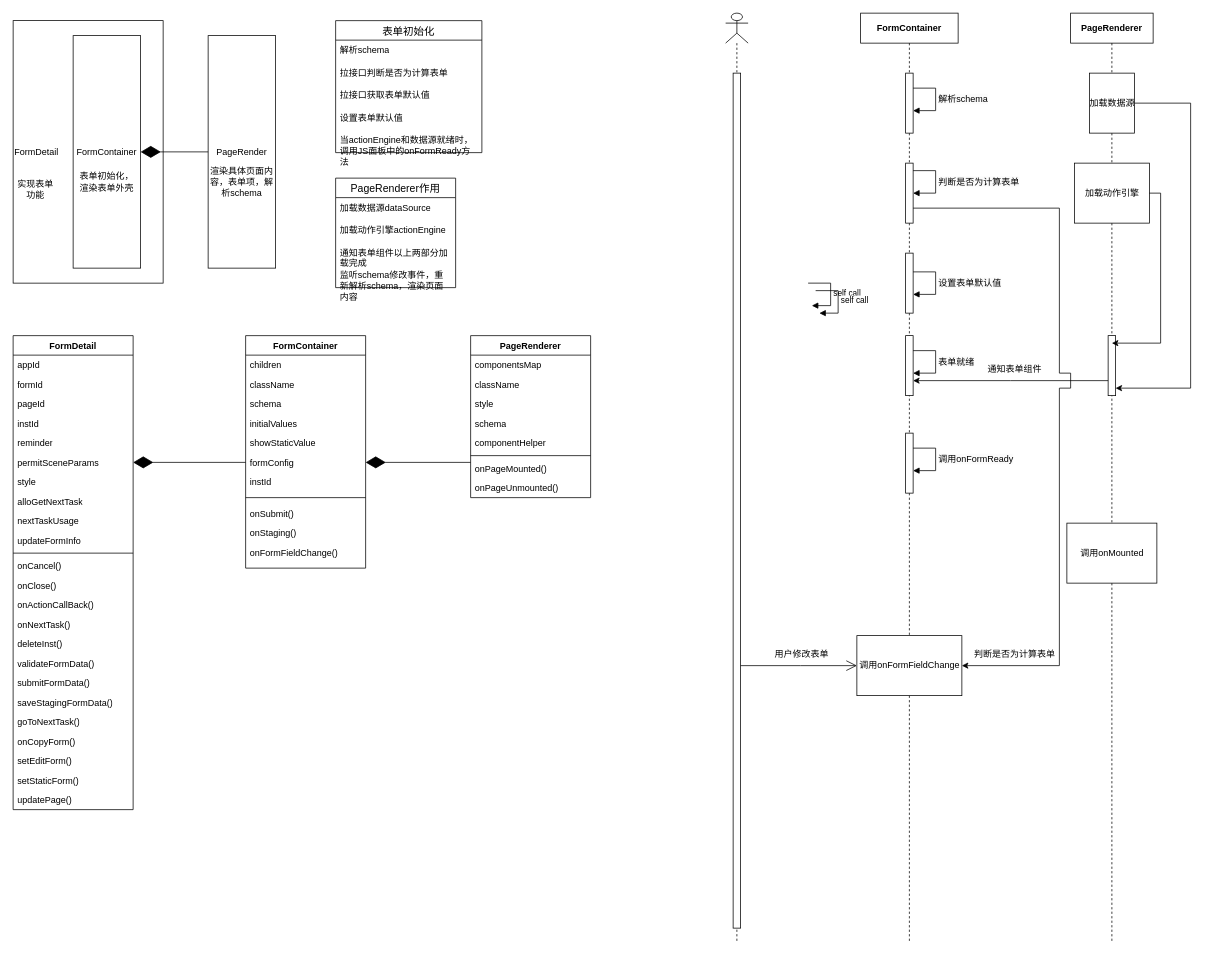
Before: 包含关系图 的副本.drawio in FoxJokerEila/-, a draw.io diagram. Source tidied: cells renumbered, new cells numbered last; positions are measured from the earlier drawing's top-left corner, leaving out a move shared by most shapes. Both pictures are drawn from the tidied source at 75%, with x=0, y=0 at pixel (13, 13).
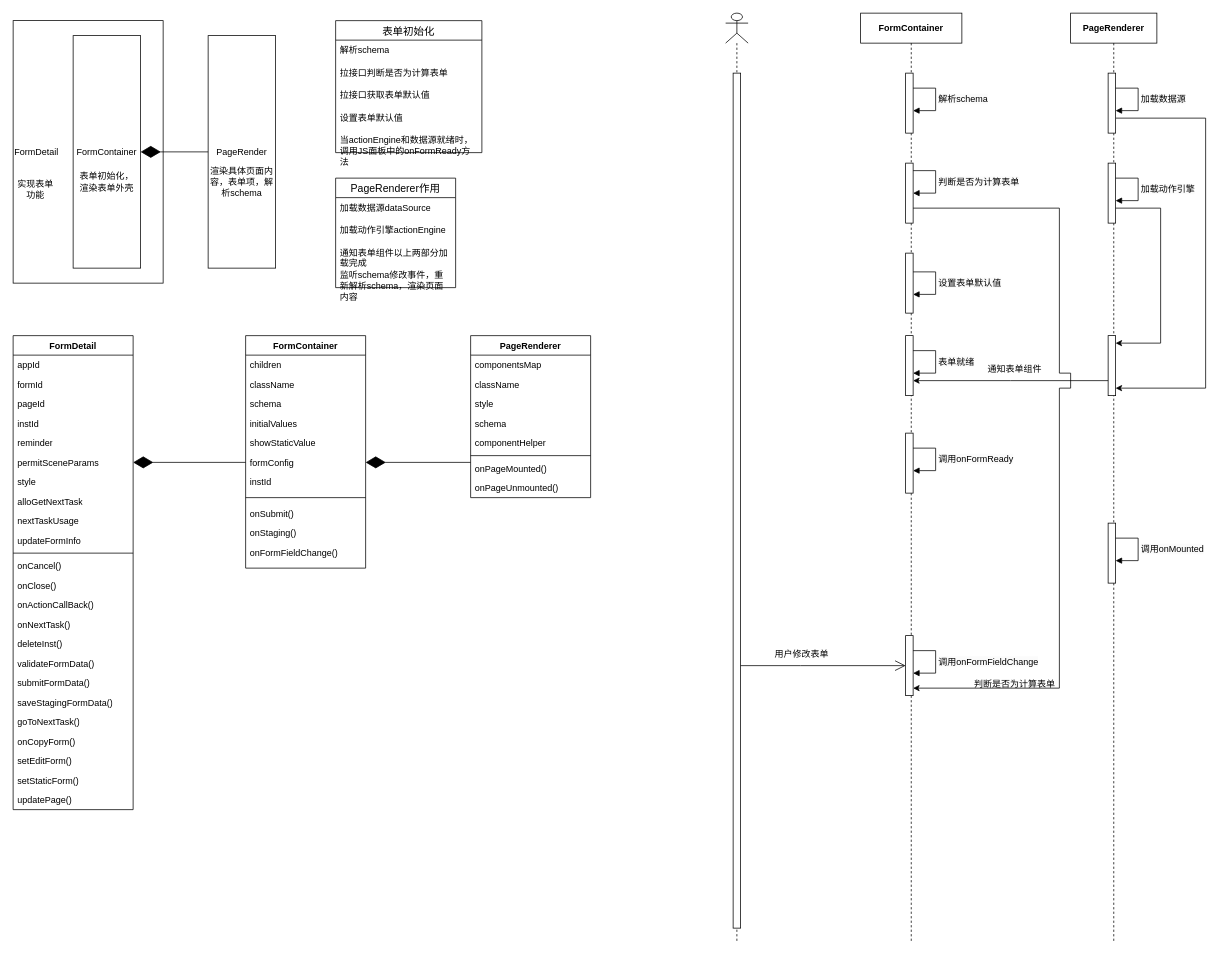
The same page after the edit.

Commit message:
更新包含关系图 的副本.drawio

The change refers to these unchanged cells:
```xml
<mxCell id="70" style="html=1;points=[[0,0,0,0,5],[0,1,0,0,-5],[1,0,0,0,5],[1,1,0,0,-5]];perimeter=orthogonalPerimeter;outlineConnect=0;targetShapes=umlLifeline;portConstraint=eastwest;newEdgeStyle={&quot;curved&quot;:0,&quot;rounded&quot;:0};" parent="68" vertex="1">
  <mxGeometry x="60" y="200" width="10" height="80" as="geometry" />
</mxCell>
<mxCell id="80" style="html=1;points=[[0,0,0,0,5],[0,1,0,0,-5],[1,0,0,0,5],[1,1,0,0,-5]];perimeter=orthogonalPerimeter;outlineConnect=0;targetShapes=umlLifeline;portConstraint=eastwest;newEdgeStyle={&quot;curved&quot;:0,&quot;rounded&quot;:0};" parent="76" vertex="1">
  <mxGeometry x="50" y="430" width="10" height="80" as="geometry" />
</mxCell>
```

The edit, as a diff of the source:
```diff
@@
     <mxCell id="68" value="&lt;span style=&quot;font-weight: 700; text-wrap: nowrap;&quot;&gt;FormContainer&lt;/span&gt;" style="shape=umlLifeline;perimeter=lifelinePerimeter;whiteSpace=wrap;html=1;newEdgeStyle={&quot;curved&quot;:0,&quot;rounded&quot;:0};" parent="1" vertex="1">
-      <mxGeometry x="1130" width="130" height="1240" as="geometry" />
+      <mxGeometry x="1130" width="135" height="1240" as="geometry" />
     </mxCell>
@@
-    <mxCell id="74" value="调用onFormFieldChange" style="html=1;points=[[0,0,0,0,5],[0,1,0,0,-5],[1,0,0,0,5],[1,1,0,0,-5]];perimeter=orthogonalPerimeter;outlineConnect=0;targetShapes=umlLifeline;portConstraint=eastwest;newEdgeStyle={&quot;curved&quot;:0,&quot;rounded&quot;:0};" parent="68" vertex="1">
-      <mxGeometry x="-5" y="830" width="140" height="80" as="geometry" />
+    <mxCell id="74" style="html=1;points=[[0,0,0,0,5],[0,1,0,0,-5],[1,0,0,0,5],[1,1,0,0,-5]];perimeter=orthogonalPerimeter;outlineConnect=0;targetShapes=umlLifeline;portConstraint=eastwest;newEdgeStyle={&quot;curved&quot;:0,&quot;rounded&quot;:0};" parent="68" vertex="1">
+      <mxGeometry x="60" y="830" width="10" height="80" as="geometry" />
     </mxCell>
     <mxCell id="75" style="edgeStyle=orthogonalEdgeStyle;rounded=0;jettySize=auto;html=1;curved=0;" parent="68" edge="1" source="70" target="74">
       <mxGeometry relative="1" as="geometry">
         <Array as="points">
           <mxPoint x="265" y="260" />
           <mxPoint x="265" y="480" />
           <mxPoint x="280" y="480" />
           <mxPoint x="280" y="500" />
           <mxPoint x="265" y="500" />
-          <mxPoint x="265" y="870" />
+          <mxPoint x="265" y="900" />
         </Array>
       </mxGeometry>
     </mxCell>
     <mxCell id="76" value="&lt;span style=&quot;font-weight: 700;&quot;&gt;PageRenderer&lt;/span&gt;" style="shape=umlLifeline;perimeter=lifelinePerimeter;whiteSpace=wrap;html=1;newEdgeStyle={&quot;curved&quot;:0,&quot;rounded&quot;:0};" parent="1" vertex="1">
-      <mxGeometry x="1410" width="110" height="1240" as="geometry" />
+      <mxGeometry x="1410" width="115" height="1240" as="geometry" />
     </mxCell>
     <mxCell id="77" style="edgeStyle=orthogonalEdgeStyle;rounded=0;jettySize=auto;html=1;curved=0;" parent="76" edge="1" source="78" target="80">
       <mxGeometry relative="1" as="geometry">
         <Array as="points">
-          <mxPoint x="160" y="120" />
-          <mxPoint x="160" y="500" />
+          <mxPoint x="180" y="140" />
+          <mxPoint x="180" y="500" />
         </Array>
       </mxGeometry>
     </mxCell>
-    <mxCell id="78" value="加载数据源" style="html=1;points=[[0,0,0,0,5],[0,1,0,0,-5],[1,0,0,0,5],[1,1,0,0,-5]];perimeter=orthogonalPerimeter;outlineConnect=0;targetShapes=umlLifeline;portConstraint=eastwest;newEdgeStyle={&quot;curved&quot;:0,&quot;rounded&quot;:0};" parent="76" vertex="1">
-      <mxGeometry x="25" y="80" width="60" height="80" as="geometry" />
+    <mxCell id="78" style="html=1;points=[[0,0,0,0,5],[0,1,0,0,-5],[1,0,0,0,5],[1,1,0,0,-5]];perimeter=orthogonalPerimeter;outlineConnect=0;targetShapes=umlLifeline;portConstraint=eastwest;newEdgeStyle={&quot;curved&quot;:0,&quot;rounded&quot;:0};" parent="76" vertex="1">
+      <mxGeometry x="50" y="80" width="10" height="80" as="geometry" />
     </mxCell>
-    <mxCell id="79" value="加载动作引擎" style="html=1;points=[[0,0,0,0,5],[0,1,0,0,-5],[1,0,0,0,5],[1,1,0,0,-5]];perimeter=orthogonalPerimeter;outlineConnect=0;targetShapes=umlLifeline;portConstraint=eastwest;newEdgeStyle={&quot;curved&quot;:0,&quot;rounded&quot;:0};" parent="76" vertex="1">
-      <mxGeometry x="5" y="200" width="100" height="80" as="geometry" />
+    <mxCell id="79" style="html=1;points=[[0,0,0,0,5],[0,1,0,0,-5],[1,0,0,0,5],[1,1,0,0,-5]];perimeter=orthogonalPerimeter;outlineConnect=0;targetShapes=umlLifeline;portConstraint=eastwest;newEdgeStyle={&quot;curved&quot;:0,&quot;rounded&quot;:0};" parent="76" vertex="1">
+      <mxGeometry x="50" y="200" width="10" height="80" as="geometry" />
     </mxCell>
@@
     <mxCell id="81" style="edgeStyle=orthogonalEdgeStyle;rounded=0;jettySize=auto;html=1;curved=0;" parent="76" edge="1" source="79">
       <mxGeometry relative="1" as="geometry">
-        <mxPoint x="55" y="440" as="targetPoint" />
+        <mxPoint x="60" y="440" as="targetPoint" />
         <Array as="points">
-          <mxPoint x="120" y="240" />
+          <mxPoint x="120" y="260" />
           <mxPoint x="120" y="440" />
-          <mxPoint x="55" y="440" />
         </Array>
       </mxGeometry>
     </mxCell>
-    <mxCell id="82" value="调用onMounted" style="html=1;points=[[0,0,0,0,5],[0,1,0,0,-5],[1,0,0,0,5],[1,1,0,0,-5]];perimeter=orthogonalPerimeter;outlineConnect=0;targetShapes=umlLifeline;portConstraint=eastwest;newEdgeStyle={&quot;curved&quot;:0,&quot;rounded&quot;:0};" parent="76" vertex="1">
-      <mxGeometry x="-5" y="680" width="120" height="80" as="geometry" />
+    <mxCell id="82" style="html=1;points=[[0,0,0,0,5],[0,1,0,0,-5],[1,0,0,0,5],[1,1,0,0,-5]];perimeter=orthogonalPerimeter;outlineConnect=0;targetShapes=umlLifeline;portConstraint=eastwest;newEdgeStyle={&quot;curved&quot;:0,&quot;rounded&quot;:0};" parent="76" vertex="1">
+      <mxGeometry x="50" y="680" width="10" height="80" as="geometry" />
     </mxCell>
@@
     <mxCell id="90" value="判断是否为计算表单" style="text;html=1;align=center;verticalAlign=middle;strokeColor=none;fillColor=none;" parent="1" vertex="1">
-      <mxGeometry x="1270" y="840" width="130" height="30" as="geometry" />
+      <mxGeometry x="1270" y="880" width="130" height="30" as="geometry" />
     </mxCell>
@@
-    <mxCell id="94" value="self call" style="html=1;align=left;spacingLeft=2;endArrow=block;rounded=0;edgeStyle=orthogonalEdgeStyle;curved=0;rounded=0;" parent="1" edge="1">
+    <mxCell id="94" value="&lt;span style=&quot;font-size: 12px; text-align: center; background-color: rgb(251, 251, 251);&quot;&gt;加载数据源&lt;/span&gt;" style="html=1;align=left;spacingLeft=2;endArrow=block;rounded=0;edgeStyle=orthogonalEdgeStyle;curved=0;rounded=0;" parent="1" edge="1" target="78">
       <mxGeometry relative="1" as="geometry">
-        <mxPoint x="1060" y="360" as="sourcePoint" />
-        <mxPoint x="1065" y="390" as="targetPoint" />
+        <mxPoint x="1470" y="100" as="sourcePoint" />
         <Array as="points">
-          <mxPoint x="1090" y="390" />
+          <mxPoint x="1500" y="100" />
+          <mxPoint x="1500" y="130" />
         </Array>
       </mxGeometry>
     </mxCell>
-    <mxCell id="95" value="self call" style="html=1;align=left;spacingLeft=2;endArrow=block;rounded=0;edgeStyle=orthogonalEdgeStyle;curved=0;rounded=0;" parent="1" edge="1">
+    <mxCell id="95" value="&lt;span style=&quot;font-size: 12px; text-align: center; background-color: rgb(251, 251, 251);&quot;&gt;调用onFormFieldChange&lt;/span&gt;" style="html=1;align=left;spacingLeft=2;endArrow=block;rounded=0;edgeStyle=orthogonalEdgeStyle;curved=0;rounded=0;" parent="1" edge="1" target="74">
       <mxGeometry relative="1" as="geometry">
-        <mxPoint x="1070" y="370" as="sourcePoint" />
-        <mxPoint x="1075" y="400" as="targetPoint" />
+        <mxPoint x="1200" y="850" as="sourcePoint" />
         <Array as="points">
-          <mxPoint x="1100" y="400" />
+          <mxPoint x="1230" y="850" />
+          <mxPoint x="1230" y="880" />
         </Array>
       </mxGeometry>
     </mxCell>
@@
+    <mxCell id="97" value="&lt;span style=&quot;font-size: 12px; text-align: center; background-color: rgb(251, 251, 251);&quot;&gt;加载动作引擎&lt;/span&gt;" style="html=1;align=left;spacingLeft=2;endArrow=block;rounded=0;edgeStyle=orthogonalEdgeStyle;curved=0;rounded=0;entryX=1;entryY=0.625;entryDx=0;entryDy=0;entryPerimeter=0;" parent="1" edge="1" target="79">
+      <mxGeometry relative="1" as="geometry">
+        <mxPoint x="1470" y="220" as="sourcePoint" />
+        <Array as="points">
+          <mxPoint x="1500" y="220" />
+          <mxPoint x="1500" y="250" />
+        </Array>
+      </mxGeometry>
+    </mxCell>
+    <mxCell id="98" value="&lt;span style=&quot;font-size: 12px; text-align: center; background-color: rgb(251, 251, 251);&quot;&gt;调用onMounted&lt;/span&gt;" style="html=1;align=left;spacingLeft=2;endArrow=block;rounded=0;edgeStyle=orthogonalEdgeStyle;curved=0;rounded=0;" parent="1" edge="1" target="82">
+      <mxGeometry relative="1" as="geometry">
+        <mxPoint x="1470" y="700" as="sourcePoint" />
+        <Array as="points">
+          <mxPoint x="1500" y="700" />
+          <mxPoint x="1500" y="730" />
+        </Array>
+      </mxGeometry>
+    </mxCell>
```
